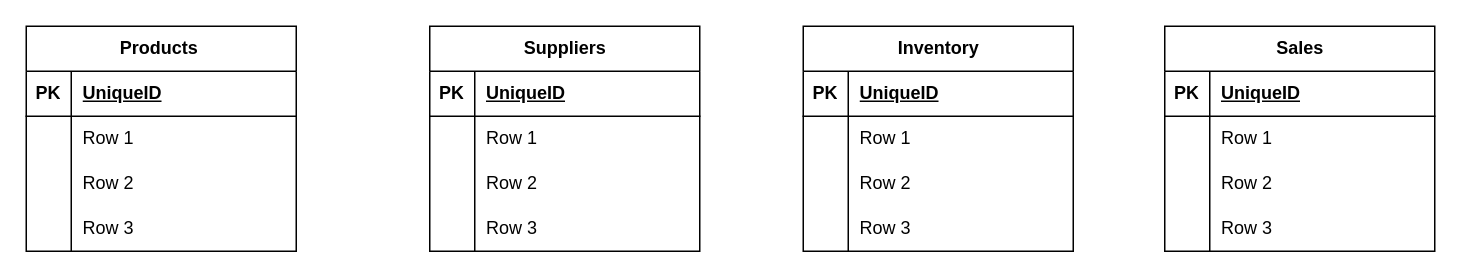
The draw.io diagram inventory system.drawio in jorge-102025/ERD, before the edit. Source tidied: cells renumbered, new cells numbered last; positions are measured from the earlier drawing's top-left corner, leaving out a move shared by most shapes. Both pictures are drawn from the tidied source at 150%, with x=0, y=0 at pixel (26, 26).
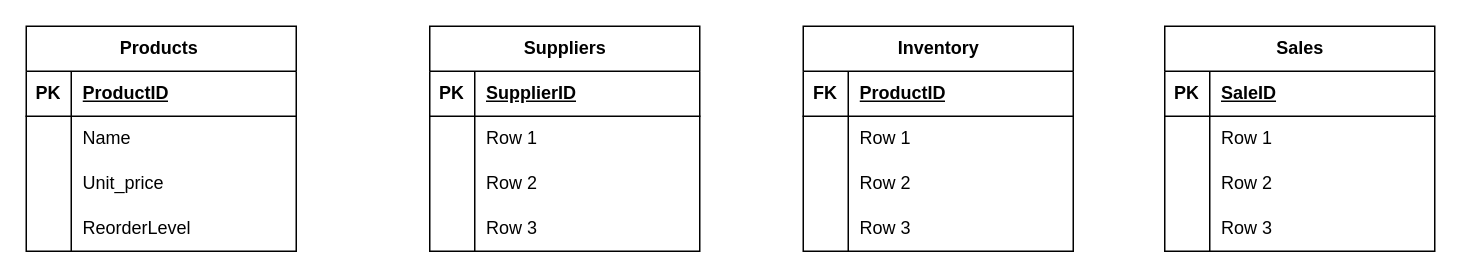
The same page after the edit.

Unchanged cells that the change refers to:
```xml
<mxCell id="3" style="shape=tableRow;horizontal=0;startSize=0;swimlaneHead=0;swimlaneBody=0;fillColor=none;top=0;left=0;right=0;bottom=1;" parent="2" vertex="1">
  <mxGeometry y="30" width="180" height="30" as="geometry" />
</mxCell>
<mxCell id="6" style="shape=tableRow;horizontal=0;startSize=0;swimlaneHead=0;swimlaneBody=0;fillColor=none;top=0;left=0;right=0;bottom=0;" parent="2" vertex="1">
  <mxGeometry y="60" width="180" height="30" as="geometry" />
</mxCell>
<mxCell id="9" style="shape=tableRow;horizontal=0;startSize=0;swimlaneHead=0;swimlaneBody=0;fillColor=none;top=0;left=0;right=0;bottom=0;" parent="2" vertex="1">
  <mxGeometry y="90" width="180" height="30" as="geometry" />
</mxCell>
<mxCell id="12" style="shape=tableRow;horizontal=0;startSize=0;swimlaneHead=0;swimlaneBody=0;fillColor=none;top=0;left=0;right=0;bottom=0;" parent="2" vertex="1">
  <mxGeometry y="120" width="180" height="30" as="geometry" />
</mxCell>
<mxCell id="16" style="shape=tableRow;horizontal=0;startSize=0;swimlaneHead=0;swimlaneBody=0;fillColor=none;top=0;left=0;right=0;bottom=1;" parent="15" vertex="1">
  <mxGeometry y="30" width="180" height="30" as="geometry" />
</mxCell>
<mxCell id="29" style="shape=tableRow;horizontal=0;startSize=0;swimlaneHead=0;swimlaneBody=0;fillColor=none;top=0;left=0;right=0;bottom=1;" parent="28" vertex="1">
  <mxGeometry y="30" width="180" height="30" as="geometry" />
</mxCell>
<mxCell id="42" style="shape=tableRow;horizontal=0;startSize=0;swimlaneHead=0;swimlaneBody=0;fillColor=none;top=0;left=0;right=0;bottom=1;" parent="41" vertex="1">
  <mxGeometry y="30" width="180" height="30" as="geometry" />
</mxCell>
```

Change to the diagram source:
```diff
@@
-    <mxCell id="5" value="UniqueID" style="shape=partialRectangle;fillColor=none;top=0;left=0;bottom=0;right=0;align=left;spacingLeft=6;fontStyle=5;overflow=hidden;whiteSpace=wrap;html=1;" parent="3" vertex="1">
+    <mxCell id="5" value="ProductID" style="shape=partialRectangle;fillColor=none;top=0;left=0;bottom=0;right=0;align=left;spacingLeft=6;fontStyle=5;overflow=hidden;whiteSpace=wrap;html=1;" parent="3" vertex="1">
       <mxGeometry x="30" width="150" height="30" as="geometry" />
     </mxCell>
@@
-    <mxCell id="8" value="Row 1" style="shape=partialRectangle;fillColor=none;top=0;left=0;bottom=0;right=0;align=left;spacingLeft=6;overflow=hidden;whiteSpace=wrap;html=1;" parent="6" vertex="1">
+    <mxCell id="8" value="Name&amp;nbsp;" style="shape=partialRectangle;fillColor=none;top=0;left=0;bottom=0;right=0;align=left;spacingLeft=6;overflow=hidden;whiteSpace=wrap;html=1;" parent="6" vertex="1">
       <mxGeometry x="30" width="150" height="30" as="geometry" />
     </mxCell>
@@
-    <mxCell id="11" value="Row 2" style="shape=partialRectangle;fillColor=none;top=0;left=0;bottom=0;right=0;align=left;spacingLeft=6;overflow=hidden;whiteSpace=wrap;html=1;" parent="9" vertex="1">
+    <mxCell id="11" value="Unit_price" style="shape=partialRectangle;fillColor=none;top=0;left=0;bottom=0;right=0;align=left;spacingLeft=6;overflow=hidden;whiteSpace=wrap;html=1;" parent="9" vertex="1">
       <mxGeometry x="30" width="150" height="30" as="geometry" />
     </mxCell>
@@
-    <mxCell id="14" value="Row 3" style="shape=partialRectangle;fillColor=none;top=0;left=0;bottom=0;right=0;align=left;spacingLeft=6;overflow=hidden;whiteSpace=wrap;html=1;" parent="12" vertex="1">
+    <mxCell id="14" value="ReorderLevel" style="shape=partialRectangle;fillColor=none;top=0;left=0;bottom=0;right=0;align=left;spacingLeft=6;overflow=hidden;whiteSpace=wrap;html=1;" parent="12" vertex="1">
       <mxGeometry x="30" width="150" height="30" as="geometry" />
     </mxCell>
@@
-    <mxCell id="18" value="UniqueID" style="shape=partialRectangle;fillColor=none;top=0;left=0;bottom=0;right=0;align=left;spacingLeft=6;fontStyle=5;overflow=hidden;whiteSpace=wrap;html=1;" parent="16" vertex="1">
+    <mxCell id="18" value="SupplierID" style="shape=partialRectangle;fillColor=none;top=0;left=0;bottom=0;right=0;align=left;spacingLeft=6;fontStyle=5;overflow=hidden;whiteSpace=wrap;html=1;" parent="16" vertex="1">
       <mxGeometry x="30" width="150" height="30" as="geometry" />
     </mxCell>
@@
-    <mxCell id="30" value="PK" style="shape=partialRectangle;fillColor=none;top=0;left=0;bottom=0;right=0;fontStyle=1;overflow=hidden;whiteSpace=wrap;html=1;" parent="29" vertex="1">
+    <mxCell id="30" value="FK" style="shape=partialRectangle;fillColor=none;top=0;left=0;bottom=0;right=0;fontStyle=1;overflow=hidden;whiteSpace=wrap;html=1;" parent="29" vertex="1">
       <mxGeometry width="30" height="30" as="geometry" />
     </mxCell>
-    <mxCell id="31" value="UniqueID" style="shape=partialRectangle;fillColor=none;top=0;left=0;bottom=0;right=0;align=left;spacingLeft=6;fontStyle=5;overflow=hidden;whiteSpace=wrap;html=1;" parent="29" vertex="1">
+    <mxCell id="31" value="ProductID" style="shape=partialRectangle;fillColor=none;top=0;left=0;bottom=0;right=0;align=left;spacingLeft=6;fontStyle=5;overflow=hidden;whiteSpace=wrap;html=1;" parent="29" vertex="1">
       <mxGeometry x="30" width="150" height="30" as="geometry" />
     </mxCell>
@@
-    <mxCell id="44" value="UniqueID" style="shape=partialRectangle;fillColor=none;top=0;left=0;bottom=0;right=0;align=left;spacingLeft=6;fontStyle=5;overflow=hidden;whiteSpace=wrap;html=1;" parent="42" vertex="1">
+    <mxCell id="44" value="SaleID" style="shape=partialRectangle;fillColor=none;top=0;left=0;bottom=0;right=0;align=left;spacingLeft=6;fontStyle=5;overflow=hidden;whiteSpace=wrap;html=1;" parent="42" vertex="1">
       <mxGeometry x="30" width="150" height="30" as="geometry" />
     </mxCell>
```
